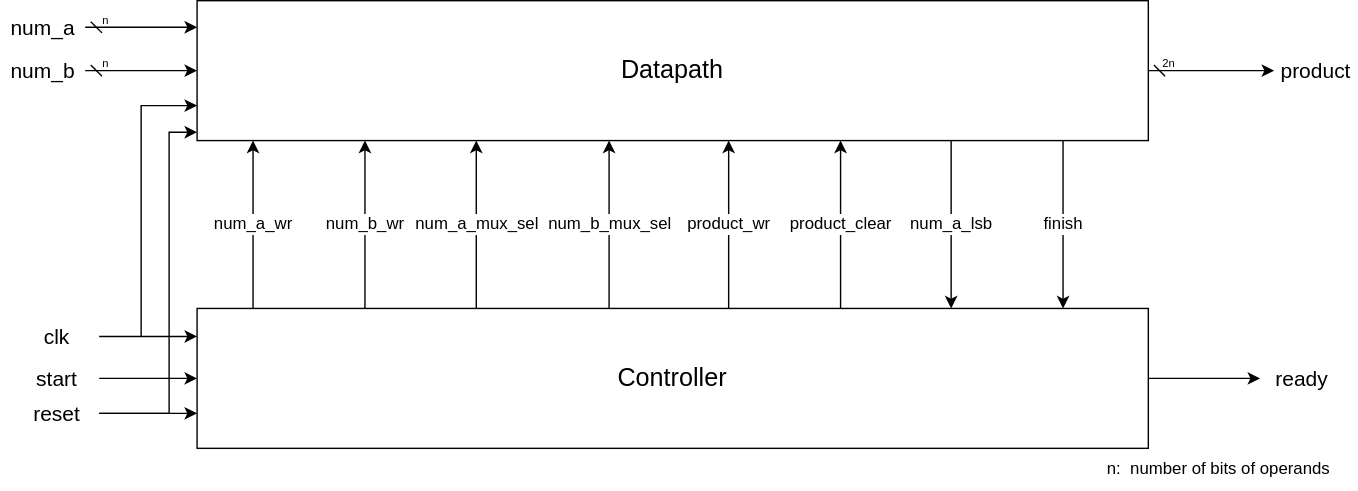
medsuet/Xcelerium-IC-Design-Training keeps this draw.io diagram as Tayyab/Lab8_cocotb/restoring_division/docs/images/datapath_controller.drawio.svg. Above is the earlier version. Source tidied: cells renumbered, new cells last; positions are measured from the earlier drawing's top-left corner, leaving out a move shared by most shapes.
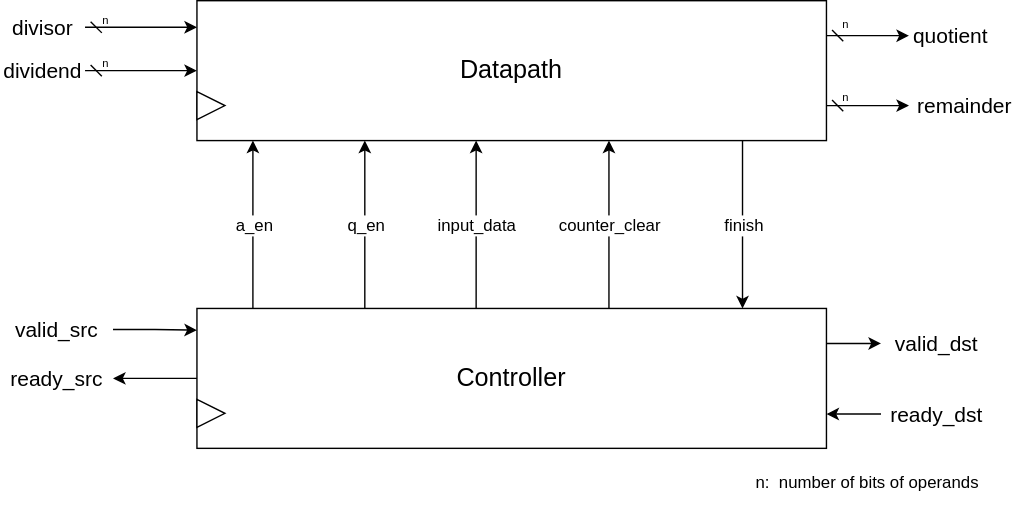
Above is the later version.

What changed in the source:
```diff
@@ -2,43 +2,31 @@
   <root>
     <mxCell id="0" />
     <mxCell id="1" parent="0" />
-    <mxCell id="2" style="edgeStyle=orthogonalEdgeStyle;rounded=0;jettySize=auto;html=1;entryX=0;entryY=0.75;entryDx=0;entryDy=0;" parent="1" edge="1" target="4">
-      <mxGeometry relative="1" as="geometry">
-        <mxPoint x="100" y="240" as="sourcePoint" />
-        <Array as="points">
-          <mxPoint x="100" y="75" />
-        </Array>
-      </mxGeometry>
-    </mxCell>
-    <mxCell id="3" style="edgeStyle=orthogonalEdgeStyle;rounded=0;jettySize=auto;html=1;exitX=1;exitY=0.5;exitDx=0;exitDy=0;exitPerimeter=0;startArrow=dash;startFill=0;" parent="1" edge="1" source="4" target="24">
+    <mxCell id="3" style="edgeStyle=orthogonalEdgeStyle;rounded=0;jettySize=auto;html=1;exitX=1;exitY=0.25;exitDx=0;exitDy=0;exitPerimeter=0;entryX=0;entryY=0.5;entryDx=0;entryDy=0;startArrow=dash;startFill=0;" parent="1" edge="1" source="4" target="24">
       <mxGeometry relative="1" as="geometry" />
     </mxCell>
+    <mxCell id="40" style="edgeStyle=orthogonalEdgeStyle;rounded=0;jettySize=auto;html=1;exitX=1;exitY=0.75;exitDx=0;exitDy=0;exitPerimeter=0;entryX=0;entryY=0.5;entryDx=0;entryDy=0;startArrow=dash;startFill=0;" parent="1" edge="1" source="4" target="47">
+      <mxGeometry relative="1" as="geometry" />
+    </mxCell>
     <mxCell id="4" value="Datapath" style="rounded=0;whiteSpace=wrap;html=1;fontSize=18;points=[[0,0,0,0,0],[0,0.19,0,0,0],[0,0.5,0,0,0],[0,0.75,0,0,0],[0,0.94,0,0,0],[0.25,0,0,0,0],[0.25,1,0,0,0],[0.5,0,0,0,0],[0.5,1,0,0,0],[0.75,0,0,0,0],[0.75,1,0,0,0],[1,0,0,0,0],[1,0.25,0,0,0],[1,0.5,0,0,0],[1,0.75,0,0,0],[1,1,0,0,0]];" parent="1" vertex="1">
-      <mxGeometry x="140" width="680" height="100" as="geometry" />
+      <mxGeometry x="140" width="450" height="100" as="geometry" />
     </mxCell>
-    <mxCell id="5" style="edgeStyle=orthogonalEdgeStyle;rounded=0;jettySize=auto;html=1;exitX=1;exitY=0.5;exitDx=0;exitDy=0;" parent="1" edge="1" source="6" target="23">
-      <mxGeometry relative="1" as="geometry" />
-    </mxCell>
+    <mxCell id="41" style="edgeStyle=orthogonalEdgeStyle;rounded=0;jettySize=auto;html=1;exitX=1;exitY=0.25;exitDx=0;exitDy=0;entryX=0;entryY=0.5;entryDx=0;entryDy=0;" parent="1" edge="1" source="6" target="50">
+      <mxGeometry relative="1" as="geometry" />
+    </mxCell>
+    <mxCell id="42" style="edgeStyle=orthogonalEdgeStyle;rounded=0;jettySize=auto;html=1;exitX=0;exitY=0.5;exitDx=0;exitDy=0;entryX=1;entryY=0.75;entryDx=0;entryDy=0;" parent="1" edge="1" source="49" target="6">
+      <mxGeometry relative="1" as="geometry" />
+    </mxCell>
     <mxCell id="6" value="Controller" style="rounded=0;whiteSpace=wrap;html=1;fontSize=18;" parent="1" vertex="1">
-      <mxGeometry x="140" y="220" width="680" height="100" as="geometry" />
+      <mxGeometry x="140" y="220" width="450" height="100" as="geometry" />
     </mxCell>
-    <mxCell id="7" style="edgeStyle=orthogonalEdgeStyle;rounded=0;jettySize=auto;html=1;" parent="1" edge="1" source="8" target="6">
-      <mxGeometry relative="1" as="geometry">
-        <Array as="points">
-          <mxPoint x="40" y="240" />
-        </Array>
-      </mxGeometry>
-    </mxCell>
-    <mxCell id="8" value="&lt;font style=&quot;font-size: 15px;&quot;&gt;clk&lt;/font&gt;" style="text;html=1;align=center;verticalAlign=middle;whiteSpace=wrap;rounded=0;fontSize=15;" parent="1" vertex="1">
-      <mxGeometry x="10" y="230" width="60" height="20" as="geometry" />
-    </mxCell>
     <mxCell id="9" style="endArrow=classic;html=1;rounded=0;exitX=0.25;exitY=0;exitDx=0;exitDy=0;entryX=0.25;entryY=1;entryDx=0;entryDy=0;" parent="1" edge="1">
       <mxGeometry relative="1" as="geometry">
         <mxPoint x="180" y="220" as="sourcePoint" />
         <mxPoint x="180" y="100" as="targetPoint" />
       </mxGeometry>
     </mxCell>
-    <mxCell id="10" value="num_a_wr" style="edgeLabel;html=1;align=center;verticalAlign=middle;fontSize=12;" parent="9" vertex="1">
+    <mxCell id="10" value="a_en" style="edgeLabel;html=1;align=center;verticalAlign=middle;fontSize=12;" parent="9" vertex="1">
       <mxGeometry relative="1" as="geometry" />
     </mxCell>
     <mxCell id="11" style="endArrow=classic;html=1;rounded=0;exitX=0.25;exitY=0;exitDx=0;exitDy=0;entryX=0.25;entryY=1;entryDx=0;entryDy=0;" parent="1" edge="1">
@@ -47,16 +35,16 @@
         <mxPoint x="260" y="100" as="targetPoint" />
       </mxGeometry>
     </mxCell>
-    <mxCell id="12" value="num_b_wr" style="edgeLabel;html=1;align=center;verticalAlign=middle;fontSize=12;" parent="11" vertex="1">
+    <mxCell id="12" value="q_en" style="edgeLabel;html=1;align=center;verticalAlign=middle;fontSize=12;" parent="11" vertex="1">
       <mxGeometry relative="1" as="geometry" />
     </mxCell>
-    <mxCell id="13" value="num_a" style="text;html=1;align=center;verticalAlign=middle;whiteSpace=wrap;rounded=0;fontSize=15;" parent="1" vertex="1">
+    <mxCell id="13" value="divisor" style="text;html=1;align=center;verticalAlign=middle;whiteSpace=wrap;rounded=0;fontSize=15;" parent="1" vertex="1">
       <mxGeometry y="9" width="60" height="20" as="geometry" />
     </mxCell>
     <mxCell id="14" style="edgeStyle=orthogonalEdgeStyle;rounded=0;jettySize=auto;html=1;exitX=1;exitY=0.5;exitDx=0;exitDy=0;entryX=0;entryY=0.5;entryDx=0;entryDy=0;jumpStyle=none;endArrow=classic;endFill=1;startArrow=dash;startFill=0;" parent="1" edge="1" source="15" target="4">
       <mxGeometry relative="1" as="geometry" />
     </mxCell>
-    <mxCell id="15" value="num_b" style="text;html=1;align=center;verticalAlign=middle;whiteSpace=wrap;rounded=0;fontSize=15;" parent="1" vertex="1">
+    <mxCell id="15" value="dividend" style="text;html=1;align=center;verticalAlign=middle;whiteSpace=wrap;rounded=0;fontSize=15;" parent="1" vertex="1">
       <mxGeometry y="40" width="60" height="20" as="geometry" />
     </mxCell>
     <mxCell id="16" value="&lt;font style=&quot;font-size: 8px;&quot;&gt;n&lt;/font&gt;" style="text;html=1;align=center;verticalAlign=middle;whiteSpace=wrap;rounded=0;fontSize=8;" parent="1" vertex="1">
@@ -68,26 +56,17 @@
     <mxCell id="18" style="edgeStyle=orthogonalEdgeStyle;rounded=0;jettySize=auto;html=1;exitX=1;exitY=0.5;exitDx=0;exitDy=0;entryX=0;entryY=0.19;entryDx=0;entryDy=0;entryPerimeter=0;startArrow=dash;startFill=0;" parent="1" edge="1" source="13" target="4">
       <mxGeometry relative="1" as="geometry" />
     </mxCell>
-    <mxCell id="19" style="edgeStyle=orthogonalEdgeStyle;rounded=0;jettySize=auto;html=1;exitX=1;exitY=0.5;exitDx=0;exitDy=0;entryX=0;entryY=0.75;entryDx=0;entryDy=0;" parent="1" edge="1" source="20" target="6">
-      <mxGeometry relative="1" as="geometry" />
-    </mxCell>
-    <mxCell id="20" value="&lt;font style=&quot;font-size: 15px;&quot;&gt;reset&lt;/font&gt;" style="text;html=1;align=center;verticalAlign=middle;whiteSpace=wrap;rounded=0;fontSize=15;" parent="1" vertex="1">
-      <mxGeometry x="10" y="280" width="60" height="30" as="geometry" />
-    </mxCell>
-    <mxCell id="21" style="edgeStyle=orthogonalEdgeStyle;rounded=0;jettySize=auto;html=1;" parent="1" edge="1" source="22" target="6">
+    <mxCell id="21" style="edgeStyle=orthogonalEdgeStyle;rounded=0;jettySize=auto;html=1;" parent="1" edge="1" source="6" target="22">
       <mxGeometry relative="1" as="geometry" />
     </mxCell>
-    <mxCell id="22" value="&lt;font style=&quot;font-size: 15px;&quot;&gt;start&lt;/font&gt;" style="text;html=1;align=center;verticalAlign=middle;whiteSpace=wrap;rounded=0;fontSize=15;" parent="1" vertex="1">
-      <mxGeometry x="10" y="255" width="60" height="30" as="geometry" />
+    <mxCell id="22" value="&lt;font style=&quot;font-size: 15px;&quot;&gt;ready_src&lt;/font&gt;" style="text;html=1;align=center;verticalAlign=middle;whiteSpace=wrap;rounded=0;fontSize=15;" parent="1" vertex="1">
+      <mxGeometry y="255" width="80" height="30" as="geometry" />
     </mxCell>
-    <mxCell id="23" value="&lt;font style=&quot;font-size: 15px;&quot;&gt;ready&lt;/font&gt;" style="text;html=1;align=center;verticalAlign=middle;whiteSpace=wrap;rounded=0;fontSize=15;" parent="1" vertex="1">
-      <mxGeometry x="900" y="255" width="60" height="30" as="geometry" />
-    </mxCell>
-    <mxCell id="24" value="&lt;font style=&quot;font-size: 15px;&quot;&gt;product&lt;/font&gt;" style="text;html=1;align=center;verticalAlign=middle;whiteSpace=wrap;rounded=0;fontSize=15;" parent="1" vertex="1">
-      <mxGeometry x="910" y="35" width="60" height="30" as="geometry" />
+    <mxCell id="24" value="&lt;font style=&quot;font-size: 15px;&quot;&gt;quotient&lt;/font&gt;" style="text;html=1;align=center;verticalAlign=middle;whiteSpace=wrap;rounded=0;fontSize=15;" parent="1" vertex="1">
+      <mxGeometry x="649" y="10" width="60" height="30" as="geometry" />
     </mxCell>
-    <mxCell id="25" value="&lt;font style=&quot;font-size: 8px;&quot;&gt;2n&lt;/font&gt;" style="text;html=1;align=center;verticalAlign=middle;whiteSpace=wrap;rounded=0;fontSize=8;" parent="1" vertex="1">
-      <mxGeometry x="810" y="40" width="50" height="10" as="geometry" />
+    <mxCell id="25" value="&lt;font style=&quot;font-size: 8px;&quot;&gt;n&lt;/font&gt;" style="text;html=1;align=center;verticalAlign=middle;whiteSpace=wrap;rounded=0;fontSize=8;" parent="1" vertex="1">
+      <mxGeometry x="579" y="12.5" width="50" height="10" as="geometry" />
     </mxCell>
     <mxCell id="26" style="endArrow=classic;html=1;rounded=0;exitX=0.25;exitY=0;exitDx=0;exitDy=0;entryX=0.25;entryY=1;entryDx=0;entryDy=0;" parent="1" edge="1">
       <mxGeometry relative="1" as="geometry">
@@ -95,7 +74,7 @@
         <mxPoint x="339.6" y="100" as="targetPoint" />
       </mxGeometry>
     </mxCell>
-    <mxCell id="27" value="num_a_mux_sel" style="edgeLabel;html=1;align=center;verticalAlign=middle;fontSize=12;" parent="26" vertex="1">
+    <mxCell id="27" value="input_data" style="edgeLabel;html=1;align=center;verticalAlign=middle;fontSize=12;" parent="26" vertex="1">
       <mxGeometry relative="1" as="geometry" />
     </mxCell>
     <mxCell id="28" style="endArrow=classic;html=1;rounded=0;exitX=0.25;exitY=0;exitDx=0;exitDy=0;entryX=0.25;entryY=1;entryDx=0;entryDy=0;" parent="1" edge="1">
@@ -104,55 +83,44 @@
         <mxPoint x="434.5" y="100" as="targetPoint" />
       </mxGeometry>
     </mxCell>
-    <mxCell id="29" value="num_b_mux_sel" style="edgeLabel;html=1;align=center;verticalAlign=middle;fontSize=12;" parent="28" vertex="1">
+    <mxCell id="29" value="counter_clear" style="edgeLabel;html=1;align=center;verticalAlign=middle;fontSize=12;" parent="28" vertex="1">
       <mxGeometry relative="1" as="geometry" />
     </mxCell>
-    <mxCell id="30" style="endArrow=classic;html=1;rounded=0;exitX=0.25;exitY=0;exitDx=0;exitDy=0;entryX=0.25;entryY=1;entryDx=0;entryDy=0;" parent="1" edge="1">
-      <mxGeometry relative="1" as="geometry">
-        <mxPoint x="520" y="220" as="sourcePoint" />
-        <mxPoint x="520" y="100" as="targetPoint" />
-      </mxGeometry>
-    </mxCell>
-    <mxCell id="31" value="product_wr" style="edgeLabel;html=1;align=center;verticalAlign=middle;fontSize=12;" parent="30" vertex="1">
-      <mxGeometry relative="1" as="geometry" />
-    </mxCell>
-    <mxCell id="32" style="endArrow=classic;html=1;rounded=0;exitX=0.25;exitY=0;exitDx=0;exitDy=0;entryX=0.25;entryY=1;entryDx=0;entryDy=0;" parent="1" edge="1">
-      <mxGeometry relative="1" as="geometry">
-        <mxPoint x="600" y="220" as="sourcePoint" />
-        <mxPoint x="600" y="100" as="targetPoint" />
-      </mxGeometry>
-    </mxCell>
-    <mxCell id="33" value="product_clear" style="edgeLabel;html=1;align=center;verticalAlign=middle;fontSize=12;" parent="32" vertex="1">
-      <mxGeometry relative="1" as="geometry" />
-    </mxCell>
-    <mxCell id="34" style="endArrow=classic;html=1;rounded=0;exitX=0.25;exitY=0;exitDx=0;exitDy=0;entryX=0.25;entryY=1;entryDx=0;entryDy=0;" parent="1" edge="1">
-      <mxGeometry relative="1" as="geometry">
-        <mxPoint x="679" y="100" as="sourcePoint" />
-        <mxPoint x="679" y="220" as="targetPoint" />
-      </mxGeometry>
-    </mxCell>
-    <mxCell id="35" value="num_a_lsb" style="edgeLabel;html=1;align=center;verticalAlign=middle;fontSize=12;" parent="34" vertex="1">
-      <mxGeometry relative="1" as="geometry" />
-    </mxCell>
     <mxCell id="36" style="endArrow=classic;html=1;rounded=0;exitX=0.25;exitY=0;exitDx=0;exitDy=0;entryX=0.25;entryY=1;entryDx=0;entryDy=0;" parent="1" edge="1">
       <mxGeometry relative="1" as="geometry">
-        <mxPoint x="759" y="100" as="sourcePoint" />
-        <mxPoint x="759" y="220" as="targetPoint" />
+        <mxPoint x="530" y="100" as="sourcePoint" />
+        <mxPoint x="530" y="220" as="targetPoint" />
       </mxGeometry>
     </mxCell>
     <mxCell id="37" value="finish" style="edgeLabel;html=1;align=center;verticalAlign=middle;fontSize=12;" parent="36" vertex="1">
       <mxGeometry relative="1" as="geometry" />
     </mxCell>
-    <mxCell id="38" style="edgeStyle=orthogonalEdgeStyle;rounded=0;jettySize=auto;html=1;exitX=1;exitY=0.5;exitDx=0;exitDy=0;entryX=0;entryY=0.94;entryDx=0;entryDy=0;entryPerimeter=0;" parent="1" edge="1" source="20" target="4">
-      <mxGeometry relative="1" as="geometry">
-        <Array as="points">
-          <mxPoint x="120" y="295" />
-          <mxPoint x="120" y="94" />
-        </Array>
-      </mxGeometry>
-    </mxCell>
     <mxCell id="39" value="n:&amp;nbsp; number of bits of operands" style="text;html=1;align=center;verticalAlign=middle;strokeColor=none;fillColor=none;" parent="1" vertex="1">
-      <mxGeometry x="780" y="320" width="180" height="30" as="geometry" />
+      <mxGeometry x="529" y="330" width="180" height="30" as="geometry" />
     </mxCell>
+    <mxCell id="43" style="triangle;whiteSpace=wrap;html=1;" parent="1" vertex="1">
+      <mxGeometry x="140" y="65" width="20" height="20" as="geometry" />
+    </mxCell>
+    <mxCell id="44" style="triangle;whiteSpace=wrap;html=1;" parent="1" vertex="1">
+      <mxGeometry x="140" y="285" width="20" height="20" as="geometry" />
+    </mxCell>
+    <mxCell id="45" value="&lt;font style=&quot;font-size: 15px;&quot;&gt;valid_src&lt;/font&gt;" style="text;html=1;align=center;verticalAlign=middle;whiteSpace=wrap;rounded=0;fontSize=15;" parent="1" vertex="1">
+      <mxGeometry y="220" width="80" height="30" as="geometry" />
+    </mxCell>
+    <mxCell id="46" style="edgeStyle=orthogonalEdgeStyle;rounded=0;jettySize=auto;html=1;exitX=1;exitY=0.5;exitDx=0;exitDy=0;entryX=0;entryY=0.155;entryDx=0;entryDy=0;entryPerimeter=0;" parent="1" edge="1" source="45" target="6">
+      <mxGeometry relative="1" as="geometry" />
+    </mxCell>
+    <mxCell id="47" value="&lt;font style=&quot;font-size: 15px;&quot;&gt;remainder&lt;/font&gt;" style="text;html=1;align=center;verticalAlign=middle;whiteSpace=wrap;rounded=0;fontSize=15;" parent="1" vertex="1">
+      <mxGeometry x="649" y="60" width="80" height="30" as="geometry" />
+    </mxCell>
+    <mxCell id="48" value="&lt;font style=&quot;font-size: 8px;&quot;&gt;n&lt;/font&gt;" style="text;html=1;align=center;verticalAlign=middle;whiteSpace=wrap;rounded=0;fontSize=8;" parent="1" vertex="1">
+      <mxGeometry x="579" y="63.5" width="50" height="10" as="geometry" />
+    </mxCell>
+    <mxCell id="49" value="&lt;font style=&quot;font-size: 15px;&quot;&gt;ready_dst&lt;/font&gt;" style="text;html=1;align=center;verticalAlign=middle;whiteSpace=wrap;rounded=0;fontSize=15;" parent="1" vertex="1">
+      <mxGeometry x="629" y="280.5" width="80" height="30" as="geometry" />
+    </mxCell>
+    <mxCell id="50" value="&lt;font style=&quot;font-size: 15px;&quot;&gt;valid_dst&lt;/font&gt;" style="text;html=1;align=center;verticalAlign=middle;whiteSpace=wrap;rounded=0;fontSize=15;" parent="1" vertex="1">
+      <mxGeometry x="629" y="230" width="80" height="30" as="geometry" />
+    </mxCell>
   </root>
 </mxGraphModel>
```
